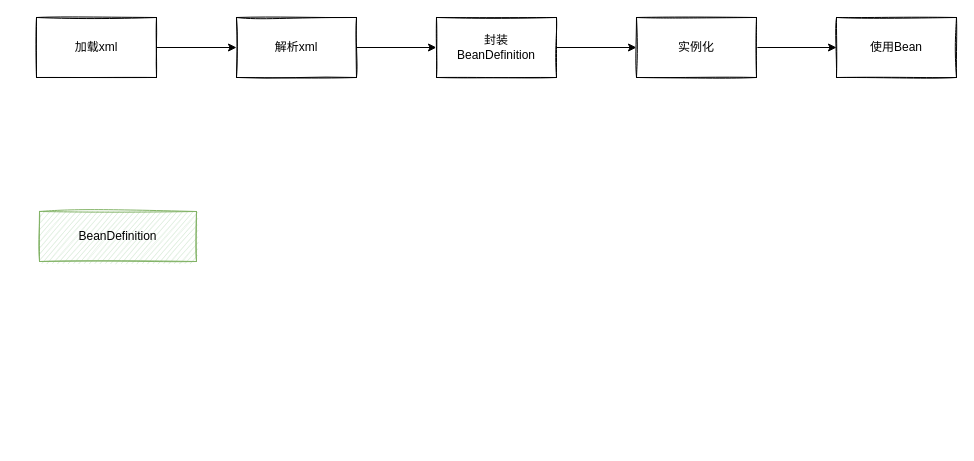
blockmao/draw keeps this draw.io diagram as page "Ioc使用流程" (1 of 4) of SpringMVC.drawio. Above is the earlier version. Source tidied: cells renumbered, new cells numbered last; positions are measured from the earlier drawing's top-left corner, leaving out a move shared by most shapes. Both pictures are drawn from the tidied source at 100%, with x=0, y=0 at pixel (36, 17).
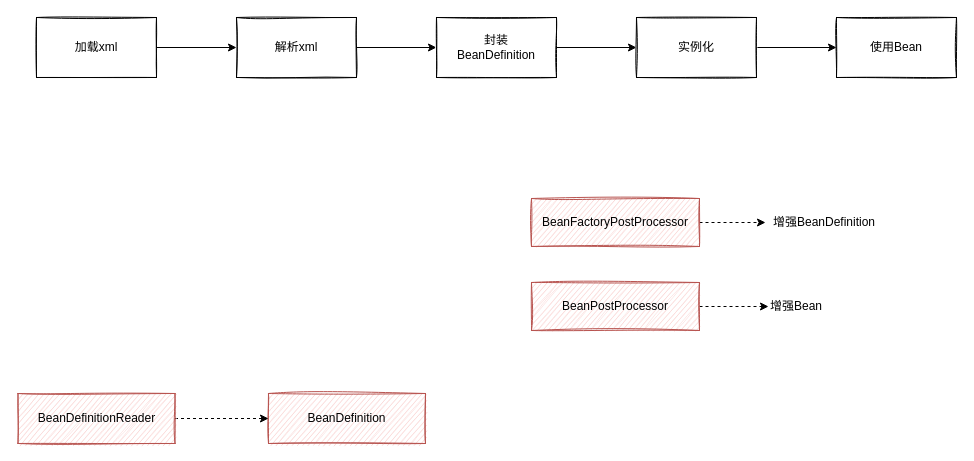
After the change.

Change to the diagram source:
```diff
@@
 <mxGraphModel>
   <root>
     <mxCell id="0" />
     <mxCell id="1" parent="0" />
-    <mxCell id="2" value="BeanDefinition" style="rounded=0;whiteSpace=wrap;html=1;sketch=1;shadow=0;fillColor=#d5e8d4;strokeColor=#82b366;" parent="1" vertex="1">
-      <mxGeometry x="3" y="194" width="157" height="50" as="geometry" />
+    <mxCell id="2" value="BeanDefinition" style="rounded=0;whiteSpace=wrap;html=1;sketch=1;shadow=0;fillColor=#f8cecc;strokeColor=#b85450;" parent="1" vertex="1">
+      <mxGeometry x="232" y="376" width="157" height="50" as="geometry" />
     </mxCell>
     <mxCell id="3" style="edgeStyle=orthogonalEdgeStyle;rounded=0;jettySize=auto;html=1;" parent="1" edge="1" source="4" target="6">
       <mxGeometry relative="1" as="geometry" />
     </mxCell>
     <mxCell id="4" value="加载xml" style="rounded=0;whiteSpace=wrap;html=1;shadow=0;sketch=1;" parent="1" vertex="1">
       <mxGeometry width="120" height="60" as="geometry" />
     </mxCell>
     <mxCell id="5" style="edgeStyle=orthogonalEdgeStyle;rounded=0;jettySize=auto;html=1;" parent="1" edge="1" source="6" target="8">
       <mxGeometry relative="1" as="geometry" />
     </mxCell>
     <mxCell id="6" value="解析xml" style="rounded=0;whiteSpace=wrap;html=1;shadow=0;sketch=1;" parent="1" vertex="1">
       <mxGeometry x="200" width="120" height="60" as="geometry" />
     </mxCell>
     <mxCell id="7" style="edgeStyle=orthogonalEdgeStyle;rounded=0;jettySize=auto;html=1;" parent="1" edge="1" source="8" target="10">
       <mxGeometry relative="1" as="geometry" />
     </mxCell>
     <mxCell id="8" value="封装&lt;br&gt;BeanDefinition" style="rounded=0;whiteSpace=wrap;html=1;shadow=0;sketch=1;" parent="1" vertex="1">
       <mxGeometry x="400" width="120" height="60" as="geometry" />
     </mxCell>
     <mxCell id="9" style="edgeStyle=orthogonalEdgeStyle;rounded=0;jettySize=auto;html=1;" parent="1" edge="1" source="10" target="11">
       <mxGeometry relative="1" as="geometry" />
     </mxCell>
     <mxCell id="10" value="实例化" style="rounded=0;whiteSpace=wrap;html=1;shadow=0;sketch=1;" parent="1" vertex="1">
       <mxGeometry x="600" width="120" height="60" as="geometry" />
     </mxCell>
     <mxCell id="11" value="使用Bean" style="rounded=0;whiteSpace=wrap;html=1;shadow=0;sketch=1;" parent="1" vertex="1">
       <mxGeometry x="800" width="120" height="60" as="geometry" />
     </mxCell>
+    <mxCell id="12" style="edgeStyle=orthogonalEdgeStyle;rounded=0;jettySize=auto;html=1;exitX=1;exitY=0.5;exitDx=0;exitDy=0;dashed=1;" parent="1" edge="1" source="13" target="17">
+      <mxGeometry relative="1" as="geometry" />
+    </mxCell>
+    <mxCell id="13" value="BeanPostProcessor" style="rounded=0;whiteSpace=wrap;shadow=0;labelBorderColor=none;sketch=1;fillColor=#f8cecc;strokeColor=#b85450;" parent="1" vertex="1">
+      <mxGeometry x="495" y="265" width="168" height="48" as="geometry" />
+    </mxCell>
+    <mxCell id="14" style="edgeStyle=orthogonalEdgeStyle;rounded=0;jettySize=auto;html=1;entryX=0;entryY=0.5;entryDx=0;entryDy=0;dashed=1;" parent="1" edge="1" source="15" target="16">
+      <mxGeometry relative="1" as="geometry" />
+    </mxCell>
+    <mxCell id="15" value="BeanFactoryPostProcessor" style="rounded=0;whiteSpace=wrap;shadow=0;labelBorderColor=none;sketch=1;fillColor=#f8cecc;strokeColor=#b85450;" parent="1" vertex="1">
+      <mxGeometry x="495" y="181" width="168" height="48" as="geometry" />
+    </mxCell>
+    <mxCell id="16" value="增强BeanDefinition" style="text;html=1;strokeColor=none;fillColor=none;align=center;verticalAlign=middle;whiteSpace=wrap;rounded=0;shadow=0;labelBorderColor=none;sketch=1;" parent="1" vertex="1">
+      <mxGeometry x="729" y="190" width="118" height="30" as="geometry" />
+    </mxCell>
+    <mxCell id="17" value="增强Bean" style="text;html=1;strokeColor=none;fillColor=none;align=left;verticalAlign=middle;whiteSpace=wrap;rounded=0;shadow=0;labelBorderColor=none;sketch=1;" parent="1" vertex="1">
+      <mxGeometry x="732" y="274" width="118" height="30" as="geometry" />
+    </mxCell>
+    <mxCell id="18" style="edgeStyle=orthogonalEdgeStyle;rounded=0;jettySize=auto;html=1;dashed=1;" parent="1" edge="1" source="19" target="2">
+      <mxGeometry relative="1" as="geometry" />
+    </mxCell>
+    <mxCell id="19" value="BeanDefinitionReader" style="rounded=0;whiteSpace=wrap;html=1;sketch=1;shadow=0;fillColor=#f8cecc;strokeColor=#b85450;" parent="1" vertex="1">
+      <mxGeometry x="-18.5" y="376" width="157" height="50" as="geometry" />
+    </mxCell>
   </root>
 </mxGraphModel>
```
